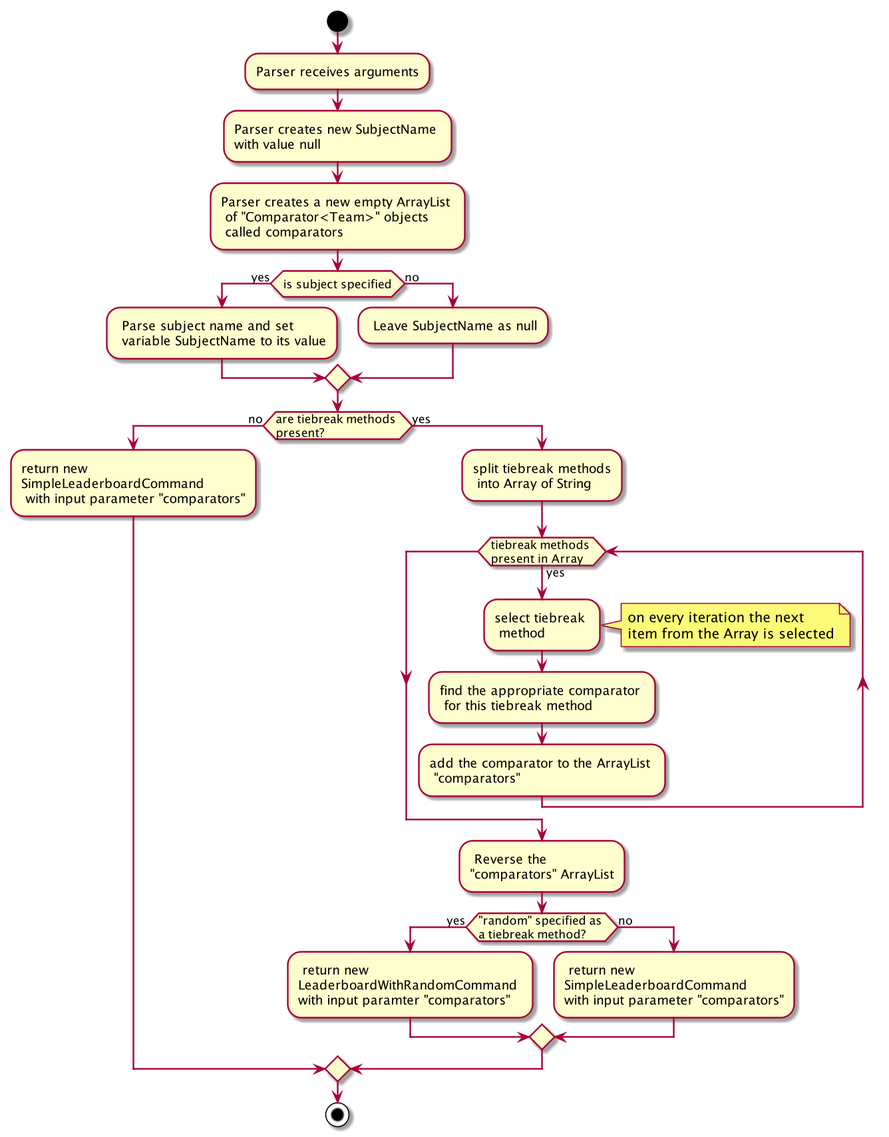
This is images/TieBreakActivityDiagram.png from AY1920S1-CS2103T-F11-1/main, a PlantUML export, as it was before one commit.
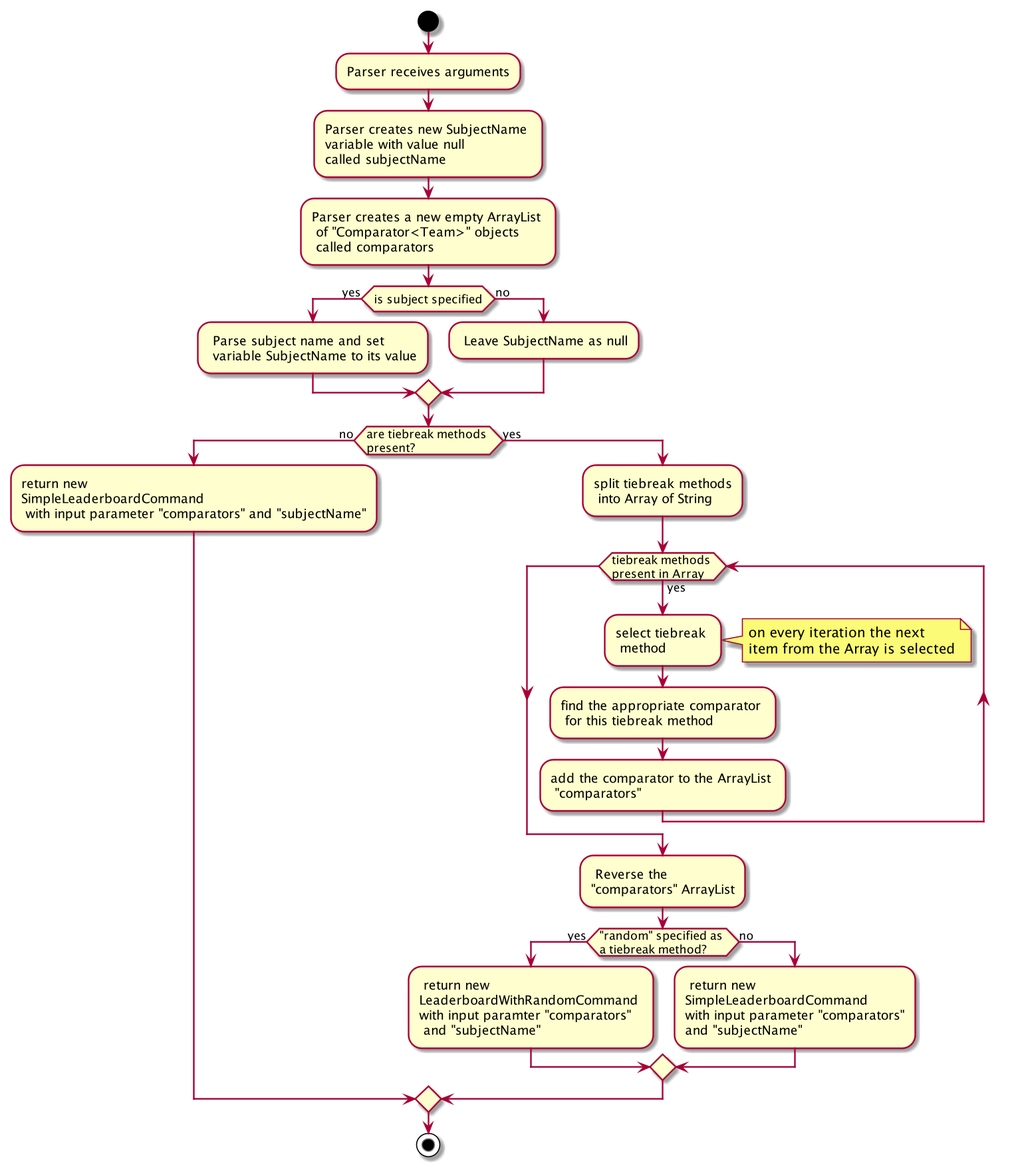
Later version of the same file.

The edit, as a diff of the source:
```diff
@@ -2,7 +2,7 @@
 
 start
 :Parser receives arguments;
-:Parser creates new SubjectName \nwith value null;
+:Parser creates new SubjectName \nvariable with value null \ncalled subjectName;
 :Parser creates a new empty ArrayList \n of "Comparator<Team>" objects \n called comparators;
 
 if (is subject specified) then (yes)
@@ -12,7 +12,7 @@
 endif
 
 if (are tiebreak methods \npresent?) then (no)
-:return new \nSimpleLeaderboardCommand \n with input parameter "comparators";
+:return new \nSimpleLeaderboardCommand \n with input parameter "comparators" and "subjectName";
 
 else (yes)
 :split tiebreak methods\n into Array of String;
@@ -27,9 +27,9 @@
 endwhile
 : Reverse the \n"comparators" ArrayList;
 if ("random" specified as \na tiebreak method?) then (yes)
-: return new \nLeaderboardWithRandomCommand \nwith input paramter "comparators";
+: return new \nLeaderboardWithRandomCommand \nwith input paramter "comparators"\n and "subjectName";
 else (no)
-: return new \nSimpleLeaderboardCommand \nwith input parameter "comparators";
+: return new \nSimpleLeaderboardCommand \nwith input parameter "comparators"\nand "subjectName";
 endif
 endif
 
```
